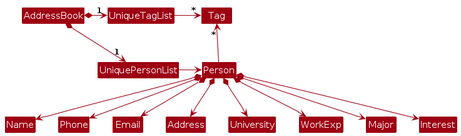
Above: diagrams/BetterModelClassDiagram.png in AY2425S1-CS2103T-T17-1/tp (PlantUML), before the change. Its source is kept beside it as diagrams/BetterModelClassDiagram.puml.
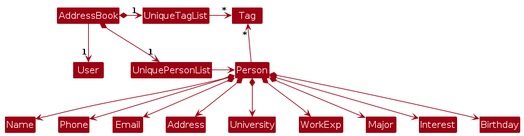
After the commit.

What changed in the source:
```diff
@@ -6,6 +6,7 @@
 
 AddressBook *-right-> "1" UniquePersonList
 AddressBook *-right-> "1" UniqueTagList
+AddressBook --> "1" User
 UniqueTagList -[hidden]down- UniquePersonList
 UniqueTagList -[hidden]down- UniquePersonList
 
@@ -22,4 +23,5 @@
 Person *--> WorkExp
 Person *--> Major
 Person *--> Interest
+Person *--> Birthday
 @enduml
```
